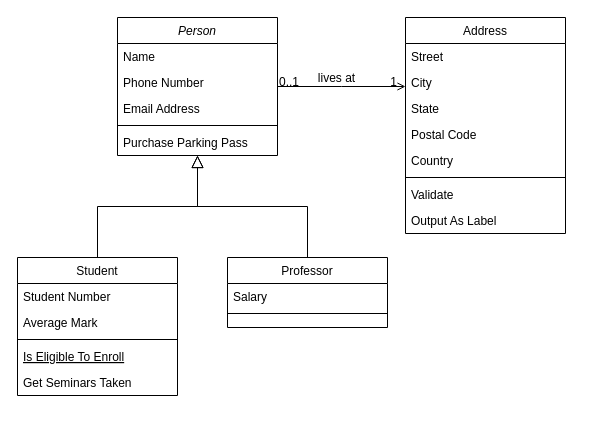
Kofeinich/some-diagrams keeps this draw.io diagram as MyDrawIO.drawio. Above is the earlier version. Source tidied: cells renumbered, new cells numbered last; positions are measured from the earlier drawing's top-left corner, leaving out a move shared by most shapes. Both pictures are drawn from the tidied source at 100%, with x=0, y=0 at pixel (17, 17).
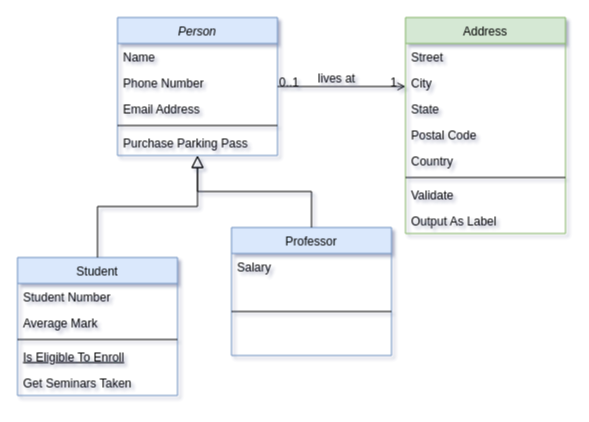
The same page after the edit.

Change to the diagram source:
```diff
@@
-<mxGraphModel>
+<mxGraphModel shadow="1">
@@
-    <mxCell id="2" value="Person" style="swimlane;fontStyle=2;align=center;verticalAlign=top;horizontal=1;startSize=26;rounded=0;shadow=0;strokeWidth=1;" parent="1" vertex="1">
+    <mxCell id="2" value="Person" style="swimlane;fontStyle=2;align=center;verticalAlign=top;horizontal=1;startSize=26;rounded=0;shadow=0;strokeWidth=1;fillColor=#dae8fc;strokeColor=#6c8ebf;" parent="1" vertex="1">
       <mxGeometry x="100" width="160" height="138" as="geometry" />
     </mxCell>
@@
-    <mxCell id="8" value="Student" style="swimlane;fontStyle=0;align=center;verticalAlign=top;horizontal=1;startSize=26;rounded=0;shadow=0;strokeWidth=1;" parent="1" vertex="1">
+    <mxCell id="8" value="Student" style="swimlane;fontStyle=0;align=center;verticalAlign=top;horizontal=1;startSize=26;rounded=0;shadow=0;strokeWidth=1;fillColor=#dae8fc;strokeColor=#6c8ebf;" parent="1" vertex="1">
       <mxGeometry y="240" width="160" height="138" as="geometry" />
     </mxCell>
@@
-    <mxCell id="15" value="Professor" style="swimlane;fontStyle=0;align=center;verticalAlign=top;horizontal=1;startSize=26;rounded=0;shadow=0;strokeWidth=1;" parent="1" vertex="1">
-      <mxGeometry x="210" y="240" width="160" height="70" as="geometry" />
+    <mxCell id="15" value="Professor" style="swimlane;fontStyle=0;align=center;verticalAlign=top;horizontal=1;startSize=26;rounded=0;shadow=0;strokeWidth=1;fillColor=#dae8fc;strokeColor=#6c8ebf;" parent="1" vertex="1">
+      <mxGeometry x="214" y="210" width="160" height="128" as="geometry" />
     </mxCell>
     <mxCell id="16" value="Salary" style="text;align=left;verticalAlign=top;spacingLeft=4;spacingRight=4;overflow=hidden;" parent="15" vertex="1">
-      <mxGeometry y="26" width="160" height="26" as="geometry" />
+      <mxGeometry y="26" width="160" height="54" as="geometry" />
     </mxCell>
     <mxCell id="17" style="line;html=1;strokeWidth=1;align=left;verticalAlign=middle;spacingTop=-1;spacingLeft=3;spacingRight=3;labelPosition=right;" parent="15" vertex="1">
-      <mxGeometry y="52" width="160" height="8" as="geometry" />
+      <mxGeometry y="80" width="160" height="8" as="geometry" />
     </mxCell>
@@
-    <mxCell id="19" value="Address" style="swimlane;fontStyle=0;align=center;verticalAlign=top;horizontal=1;startSize=26;rounded=0;shadow=0;strokeWidth=1;" parent="1" vertex="1">
+    <mxCell id="19" value="Address" style="swimlane;fontStyle=0;align=center;verticalAlign=top;horizontal=1;startSize=26;rounded=0;shadow=0;strokeWidth=1;fillColor=#d5e8d4;strokeColor=#82b366;" parent="1" vertex="1">
       <mxGeometry x="388" width="160" height="216" as="geometry" />
     </mxCell>
```
